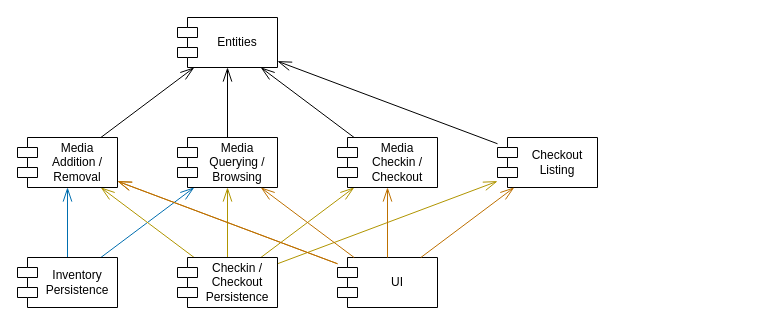
The draw.io diagram page "Component Overview" (1 of 2) of libraryproject/component_design.drawio in melvdlin/FPT_Uebungen, before the edit. Source tidied: cells renumbered, new cells numbered last; positions are measured from the earlier drawing's top-left corner, leaving out a move shared by most shapes. Both pictures are drawn from the tidied source at 100%, with x=0, y=0 at pixel (17, 17).
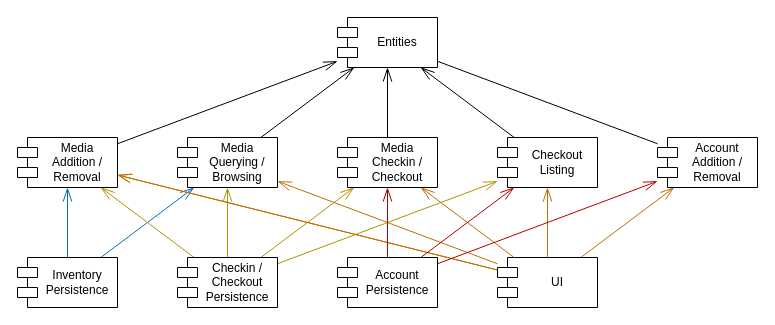
The same page after the edit.

The change refers to these unchanged cells:
```xml
<mxCell id="16" value="Media Checkin / Checkout" style="shape=module;align=center;spacingLeft=20;align=center;verticalAlign=middle;whiteSpace=wrap;" parent="1" vertex="1">
  <mxGeometry x="320" y="120" width="100" height="50" as="geometry" />
</mxCell>
<mxCell id="20" value="Checkout Listing" style="shape=module;align=center;spacingLeft=20;align=center;verticalAlign=middle;whiteSpace=wrap;" parent="1" vertex="1">
  <mxGeometry x="480" y="120" width="100" height="50" as="geometry" />
</mxCell>
```

Change to the diagram source:
```diff
@@
     <mxCell id="13" value="Entities" style="shape=module;align=center;spacingLeft=20;align=center;verticalAlign=middle;whiteSpace=wrap;" parent="1" vertex="1">
-      <mxGeometry x="160" width="100" height="50" as="geometry" />
+      <mxGeometry x="320" width="100" height="50" as="geometry" />
     </mxCell>
+    <mxCell id="25" style="edgeStyle=none;shape=connector;rounded=0;jettySize=auto;html=1;labelBackgroundColor=default;fontFamily=Helvetica;fontSize=11;fontColor=default;endArrow=openThin;endFill=0;startSize=12;endSize=12;strokeColor=#BD7000;fillColor=#f0a30a;" parent="1" edge="1" source="14" target="27">
+      <mxGeometry relative="1" as="geometry" />
+    </mxCell>
     <mxCell id="14" value="UI" style="shape=module;align=center;spacingLeft=20;align=center;verticalAlign=middle;whiteSpace=wrap;" parent="1" vertex="1">
-      <mxGeometry x="320" y="240" width="100" height="50" as="geometry" />
+      <mxGeometry x="480" y="240" width="100" height="50" as="geometry" />
     </mxCell>
@@
+    <mxCell id="26" style="edgeStyle=none;shape=connector;rounded=0;jettySize=auto;html=1;labelBackgroundColor=default;fontFamily=Helvetica;fontSize=11;fontColor=default;startArrow=none;startFill=0;endArrow=none;endFill=0;startSize=12;endSize=12;strokeColor=default;" parent="1" edge="1" source="27" target="13">
+      <mxGeometry relative="1" as="geometry" />
+    </mxCell>
+    <mxCell id="27" value="Account Addition / Removal" style="shape=module;align=center;spacingLeft=20;align=center;verticalAlign=middle;whiteSpace=wrap;" parent="1" vertex="1">
+      <mxGeometry x="640" y="120" width="100" height="50" as="geometry" />
+    </mxCell>
+    <mxCell id="28" style="edgeStyle=none;shape=connector;rounded=0;jettySize=auto;html=1;labelBackgroundColor=default;fontFamily=Helvetica;fontSize=11;fontColor=default;endArrow=openThin;endFill=0;startSize=12;endSize=12;strokeColor=#B20000;fillColor=#e51400;" parent="1" edge="1" source="31" target="27">
+      <mxGeometry relative="1" as="geometry" />
+    </mxCell>
+    <mxCell id="29" style="edgeStyle=none;shape=connector;rounded=0;jettySize=auto;html=1;labelBackgroundColor=default;fontFamily=Helvetica;fontSize=11;fontColor=default;endArrow=openThin;endFill=0;startSize=12;endSize=12;strokeColor=#B20000;fillColor=#e51400;" parent="1" edge="1" source="31" target="16">
+      <mxGeometry relative="1" as="geometry" />
+    </mxCell>
+    <mxCell id="30" style="edgeStyle=none;shape=connector;rounded=0;jettySize=auto;html=1;labelBackgroundColor=default;fontFamily=Helvetica;fontSize=11;fontColor=default;endArrow=openThin;endFill=0;startSize=12;endSize=12;strokeColor=#B20000;fillColor=#e51400;" parent="1" edge="1" source="31" target="20">
+      <mxGeometry relative="1" as="geometry" />
+    </mxCell>
+    <mxCell id="31" value="Account Persistence" style="shape=module;align=center;spacingLeft=20;align=center;verticalAlign=middle;whiteSpace=wrap;" parent="1" vertex="1">
+      <mxGeometry x="320" y="240" width="100" height="50" as="geometry" />
+    </mxCell>
```
